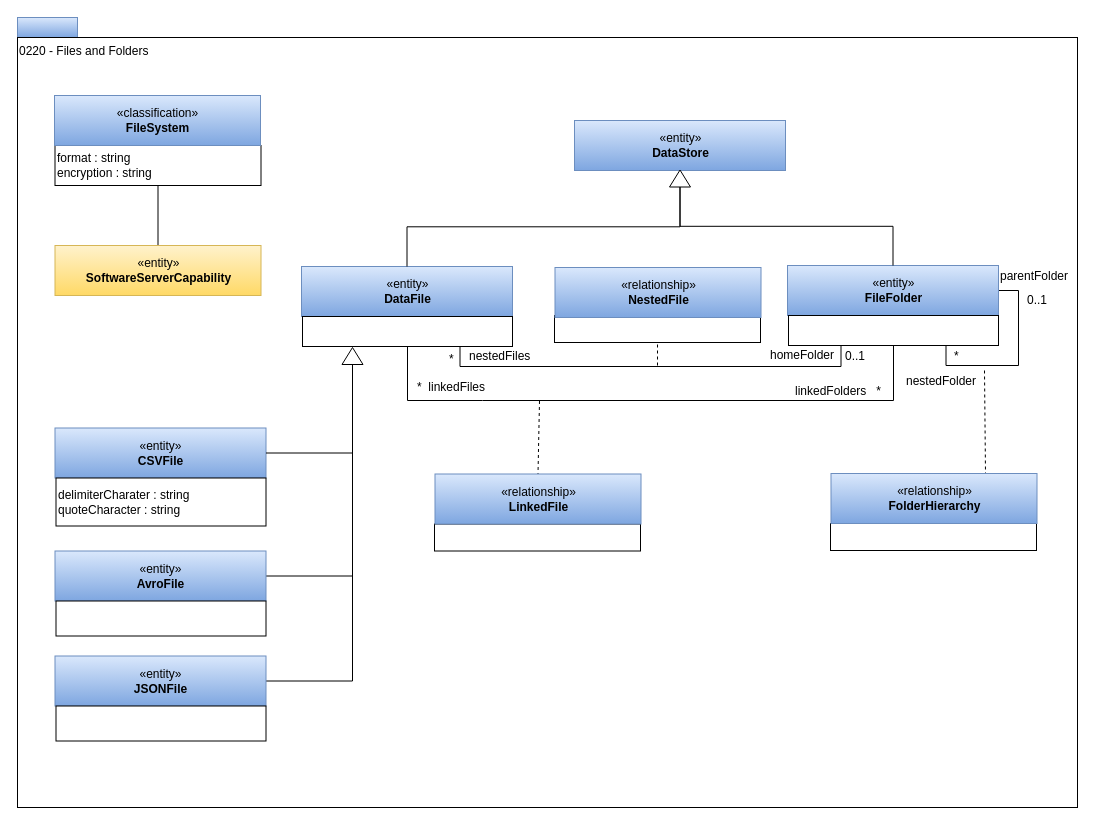
planetf1/egeria keeps this draw.io diagram as page "0220-Files-and-Folders" (8 of 9) of open-metadata-publication/website/open-metadata-types/area-2-assets.drawio. Above is the earlier version. Source tidied: cells renumbered, new cells numbered last; positions are measured from the earlier drawing's top-left corner, leaving out a move shared by most shapes. Both pictures are drawn from the tidied source at 100%, with x=0, y=0 at pixel (17, 17).
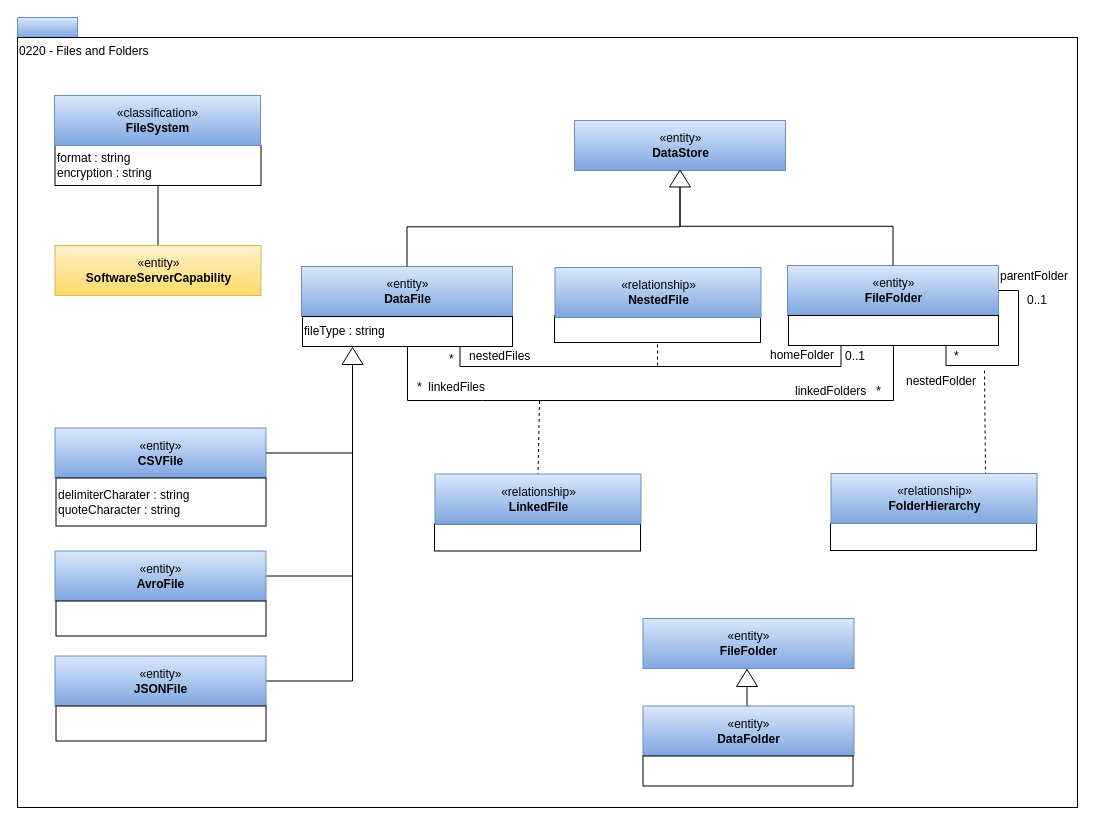
After the change.

The edit, as a diff of the source:
```diff
@@
-    <mxCell id="15" style="rounded=0;whiteSpace=wrap;html=1;strokeColor=#000000;gradientColor=#ffffff;align=left;" parent="1" vertex="1">
+    <mxCell id="15" value="fileType : string" style="rounded=0;whiteSpace=wrap;html=1;strokeColor=#000000;gradientColor=#ffffff;align=left;" parent="1" vertex="1">
       <mxGeometry x="285" y="299" width="210" height="30" as="geometry" />
     </mxCell>
@@
+    <mxCell id="48" style="edgeStyle=orthogonalEdgeStyle;rounded=0;jettySize=auto;html=1;exitX=0.5;exitY=0;exitDx=0;exitDy=0;entryX=0;entryY=0.5;entryDx=0;entryDy=0;endArrow=none;endFill=0;" parent="1" edge="1" source="49" target="52">
+      <mxGeometry relative="1" as="geometry" />
+    </mxCell>
+    <mxCell id="49" value="«entity»&lt;br&gt;&lt;b&gt;DataFolder&lt;/b&gt;" style="html=1;strokeColor=#6c8ebf;align=center;fillColor=#dae8fc;gradientColor=#7ea6e0;" parent="1" vertex="1">
+      <mxGeometry x="625.5" y="688.5" width="211" height="50" as="geometry" />
+    </mxCell>
+    <mxCell id="50" style="rounded=0;whiteSpace=wrap;html=1;strokeColor=#000000;gradientColor=#ffffff;align=left;" parent="1" vertex="1">
+      <mxGeometry x="625.5" y="738.5" width="210" height="30" as="geometry" />
+    </mxCell>
+    <mxCell id="51" value="«entity»&lt;br&gt;&lt;b&gt;FileFolder&lt;/b&gt;" style="html=1;strokeColor=#6c8ebf;align=center;fillColor=#dae8fc;gradientColor=#7ea6e0;" parent="1" vertex="1">
+      <mxGeometry x="625.5" y="601" width="211" height="50" as="geometry" />
+    </mxCell>
+    <mxCell id="52" style="triangle;whiteSpace=wrap;html=1;strokeColor=#000000;gradientColor=#ffffff;align=center;rotation=-90;" parent="1" vertex="1">
+      <mxGeometry x="721" y="650" width="17" height="21" as="geometry" />
+    </mxCell>
```
